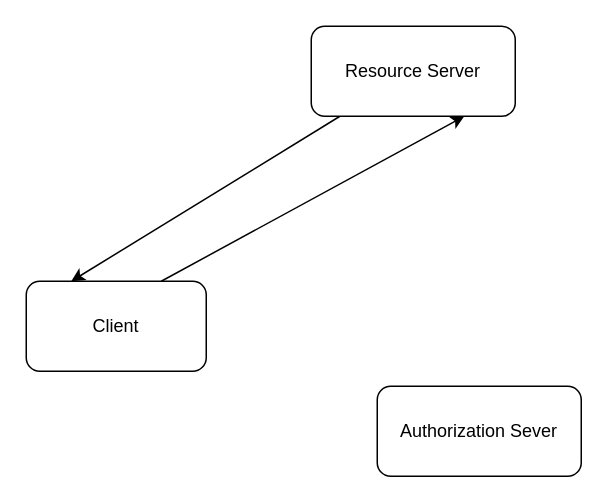
The draw.io diagram UMA流程图.drawio in yamilinqh/spicedb, before the edit. Source tidied: cells renumbered, new cells numbered last; positions are measured from the earlier drawing's top-left corner, leaving out a move shared by most shapes. Both pictures are drawn from the tidied source at 150%, with x=0, y=0 at pixel (26, 26).
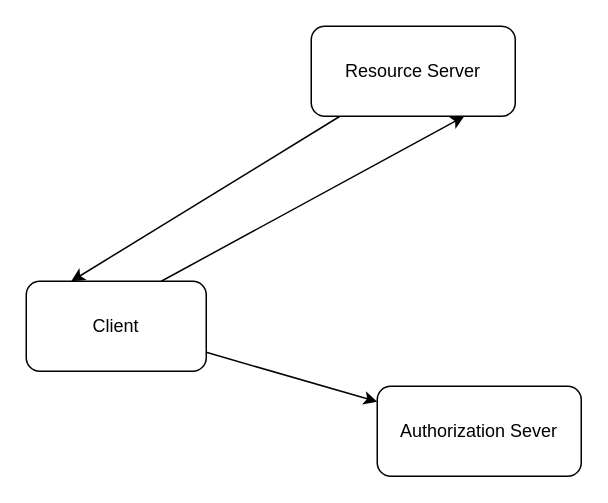
The same diagram, later.

Change to the diagram source:
```diff
@@
 <mxGraphModel>
   <root>
     <mxCell id="0" />
     <mxCell id="1" parent="0" />
     <mxCell id="2" style="rounded=0;jettySize=auto;html=1;entryX=0.75;entryY=1;entryDx=0;entryDy=0;exitX=0.75;exitY=0;exitDx=0;exitDy=0;" parent="1" edge="1" source="3" target="5">
       <mxGeometry relative="1" as="geometry" />
     </mxCell>
+    <mxCell id="7" style="edgeStyle=none;shape=connector;rounded=0;jettySize=auto;html=1;strokeColor=default;align=center;verticalAlign=middle;fontFamily=Helvetica;fontSize=11;fontColor=default;labelBackgroundColor=default;endArrow=classic;" parent="1" edge="1" source="3" target="6">
+      <mxGeometry relative="1" as="geometry" />
+    </mxCell>
     <mxCell id="3" value="Client" style="rounded=1;whiteSpace=wrap;html=1;" parent="1" vertex="1">
       <mxGeometry y="170" width="120" height="60" as="geometry" />
     </mxCell>
     <mxCell id="4" style="edgeStyle=none;shape=connector;rounded=0;jettySize=auto;html=1;entryX=0.25;entryY=0;entryDx=0;entryDy=0;strokeColor=default;align=center;verticalAlign=middle;fontFamily=Helvetica;fontSize=11;fontColor=default;labelBackgroundColor=default;endArrow=classic;" parent="1" edge="1" source="5" target="3">
       <mxGeometry relative="1" as="geometry" />
     </mxCell>
     <mxCell id="5" value="Resource Server" style="rounded=1;whiteSpace=wrap;html=1;" parent="1" vertex="1">
       <mxGeometry x="190" width="136" height="60" as="geometry" />
     </mxCell>
     <mxCell id="6" value="Authorization Sever" style="rounded=1;whiteSpace=wrap;html=1;" parent="1" vertex="1">
       <mxGeometry x="234" y="240" width="136" height="60" as="geometry" />
     </mxCell>
   </root>
 </mxGraphModel>
```
